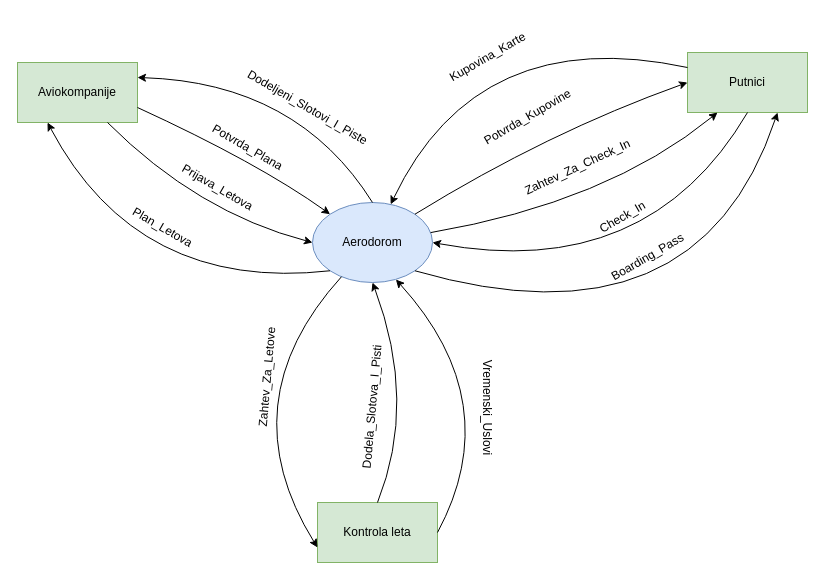
This is page "Page-1" (1 of 2) of AerodromIIS.drawio from ssavic14322rn/Aerodrom_IIS, a draw.io file, before an edit. Source tidied: cells renumbered, new cells numbered last; positions are measured from the earlier drawing's top-left corner, leaving out a move shared by most shapes. Both pictures are drawn from the tidied source at 100%, with x=0, y=0 at pixel (17, 22).
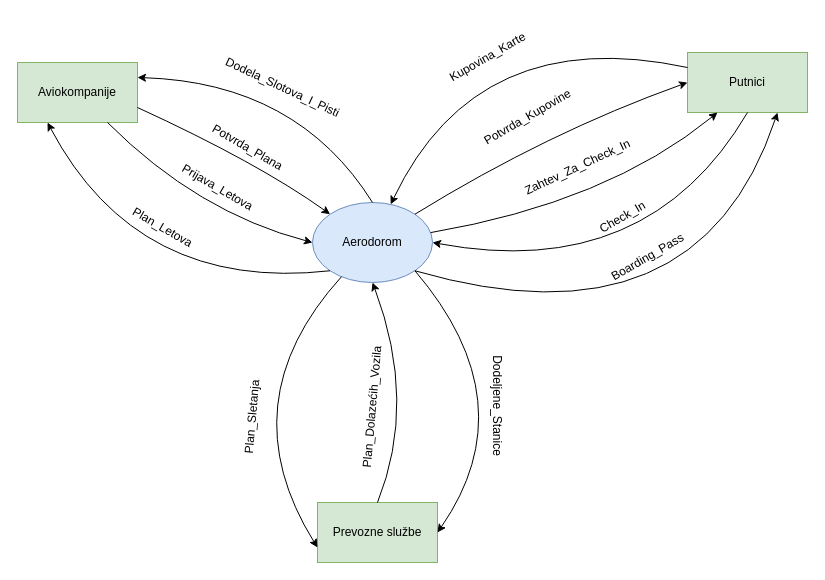
After the change.

Unchanged cells that the change refers to:
```xml
<mxCell id="2" value="Aerodorom" style="ellipse;whiteSpace=wrap;html=1;fillColor=#dae8fc;strokeColor=#6c8ebf;" parent="1" vertex="1">
  <mxGeometry x="295" y="180" width="120" height="80" as="geometry" />
</mxCell>
```

Diff of the diagram source:
```diff
@@
-    <mxCell id="5" value="Kontrola leta" style="rounded=0;whiteSpace=wrap;html=1;fillColor=#d5e8d4;strokeColor=#82b366;" parent="1" vertex="1">
+    <mxCell id="5" value="Prevozne službe" style="rounded=0;whiteSpace=wrap;html=1;fillColor=#d5e8d4;strokeColor=#82b366;" parent="1" vertex="1">
       <mxGeometry x="300" y="480" width="120" height="60" as="geometry" />
     </mxCell>
@@
-    <mxCell id="9" value="Dodeljeni_Slotovi_I_Piste" style="text;html=1;align=center;verticalAlign=middle;strokeColor=none;fillColor=none;rotation=30;" parent="1" vertex="1">
-      <mxGeometry x="210" y="70" width="160" height="30" as="geometry" />
-    </mxCell>
@@
-    <mxCell id="16" value="Dodela_Slotova_I_Pisti" style="text;html=1;align=center;verticalAlign=middle;strokeColor=none;fillColor=none;rotation=-85;" parent="1" vertex="1">
+    <mxCell id="16" value="Plan_Dolazećih_Vozila" style="text;html=1;align=center;verticalAlign=middle;strokeColor=none;fillColor=none;rotation=-85;" parent="1" vertex="1">
       <mxGeometry x="280" y="370" width="150" height="30" as="geometry" />
     </mxCell>
@@
-    <mxCell id="18" value="Zahtev_Za_Letove" style="text;html=1;align=center;verticalAlign=middle;strokeColor=none;fillColor=none;rotation=-85;" parent="1" vertex="1">
-      <mxGeometry x="190" y="340" width="120" height="30" as="geometry" />
+    <mxCell id="18" value="Plan_Sletanja" style="text;html=1;align=center;verticalAlign=middle;strokeColor=none;fillColor=none;rotation=-85;" parent="1" vertex="1">
+      <mxGeometry x="185" y="380" width="100" height="30" as="geometry" />
     </mxCell>
@@
-    <mxCell id="24" value="Vremenski_Uslovi" style="text;html=1;align=center;verticalAlign=middle;strokeColor=none;fillColor=none;rotation=90;" parent="1" vertex="1">
-      <mxGeometry x="410" y="370" width="120" height="30" as="geometry" />
-    </mxCell>
-    <mxCell id="25" style="curved=1;endArrow=classic;html=1;rounded=0;exitX=1;exitY=0.5;exitDx=0;exitDy=0;entryX=0.695;entryY=0.963;entryDx=0;entryDy=0;entryPerimeter=0;" parent="1" edge="1" source="5" target="2">
-      <mxGeometry relative="1" as="geometry">
-        <Array as="points">
-          <mxPoint x="490" y="380" />
-        </Array>
-      </mxGeometry>
-    </mxCell>
@@
+    <mxCell id="30" value="Dodela_Slotova_I_Pisti" style="text;html=1;align=center;verticalAlign=middle;strokeColor=none;fillColor=none;rotation=25;" parent="1" vertex="1">
+      <mxGeometry x="190" y="50" width="150" height="30" as="geometry" />
+    </mxCell>
+    <mxCell id="31" style="curved=1;endArrow=classic;html=1;rounded=0;entryX=1;entryY=0.5;entryDx=0;entryDy=0;exitX=1;exitY=1;exitDx=0;exitDy=0;" parent="1" edge="1" source="2" target="5">
+      <mxGeometry relative="1" as="geometry">
+        <Array as="points">
+          <mxPoint x="510" y="380" />
+        </Array>
+      </mxGeometry>
+    </mxCell>
+    <mxCell id="32" value="Dodeljene_Stanice" style="text;html=1;align=center;verticalAlign=middle;strokeColor=none;fillColor=none;rotation=90;" parent="1" vertex="1">
+      <mxGeometry x="420" y="368" width="120" height="30" as="geometry" />
+    </mxCell>
```
